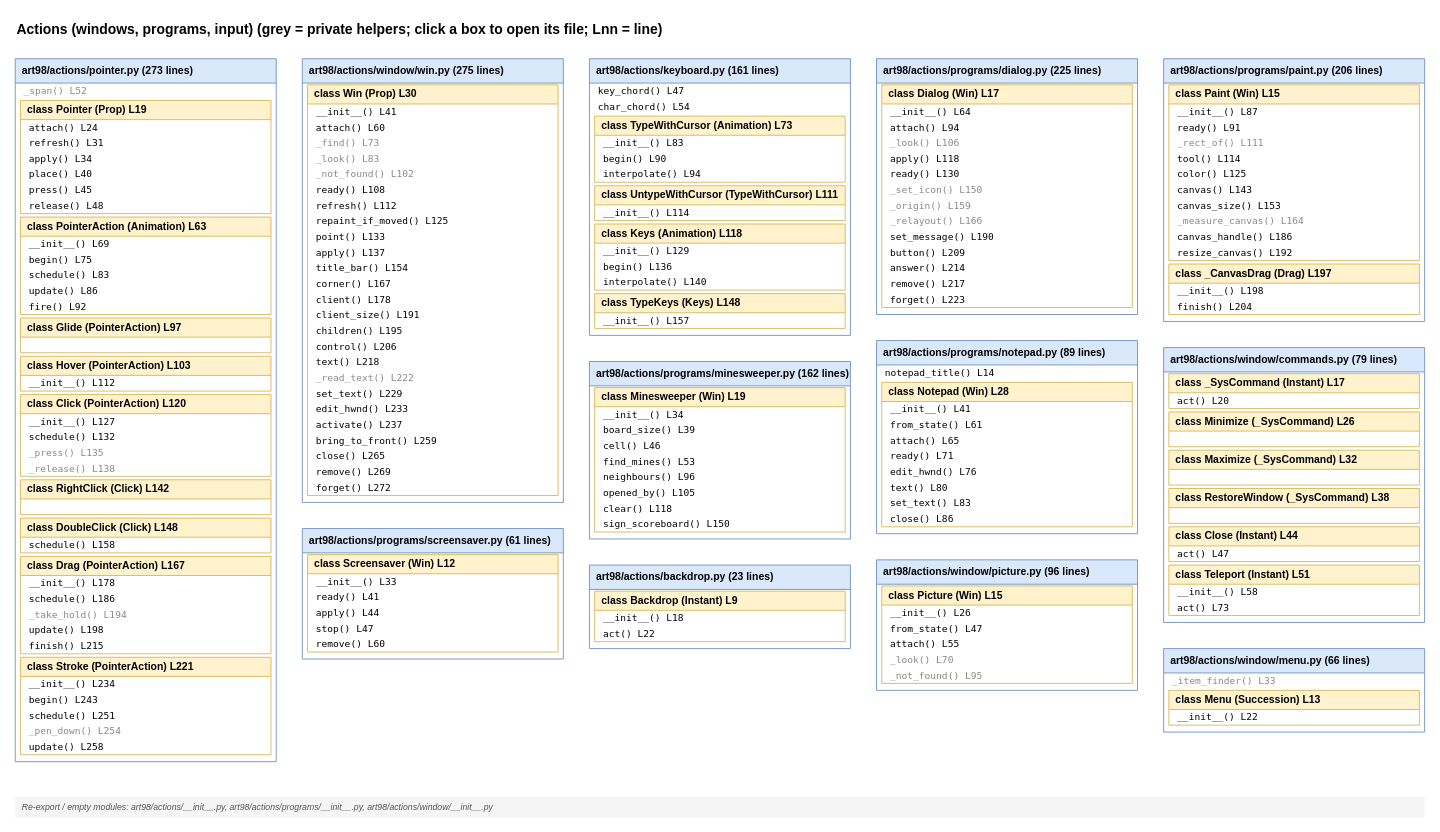
This is page "Actions (windows, programs, input)" (5 of 10) of docs/diagrams/function-tree.drawio from StanLukuvka/98artware, a draw.io file, before an edit. Source tidied: cells renumbered, new cells numbered last; positions are measured from the earlier drawing's top-left corner, leaving out a move shared by most shapes. Both pictures are drawn from the tidied source at 87%, with x=0, y=0 at pixel (15, 15).
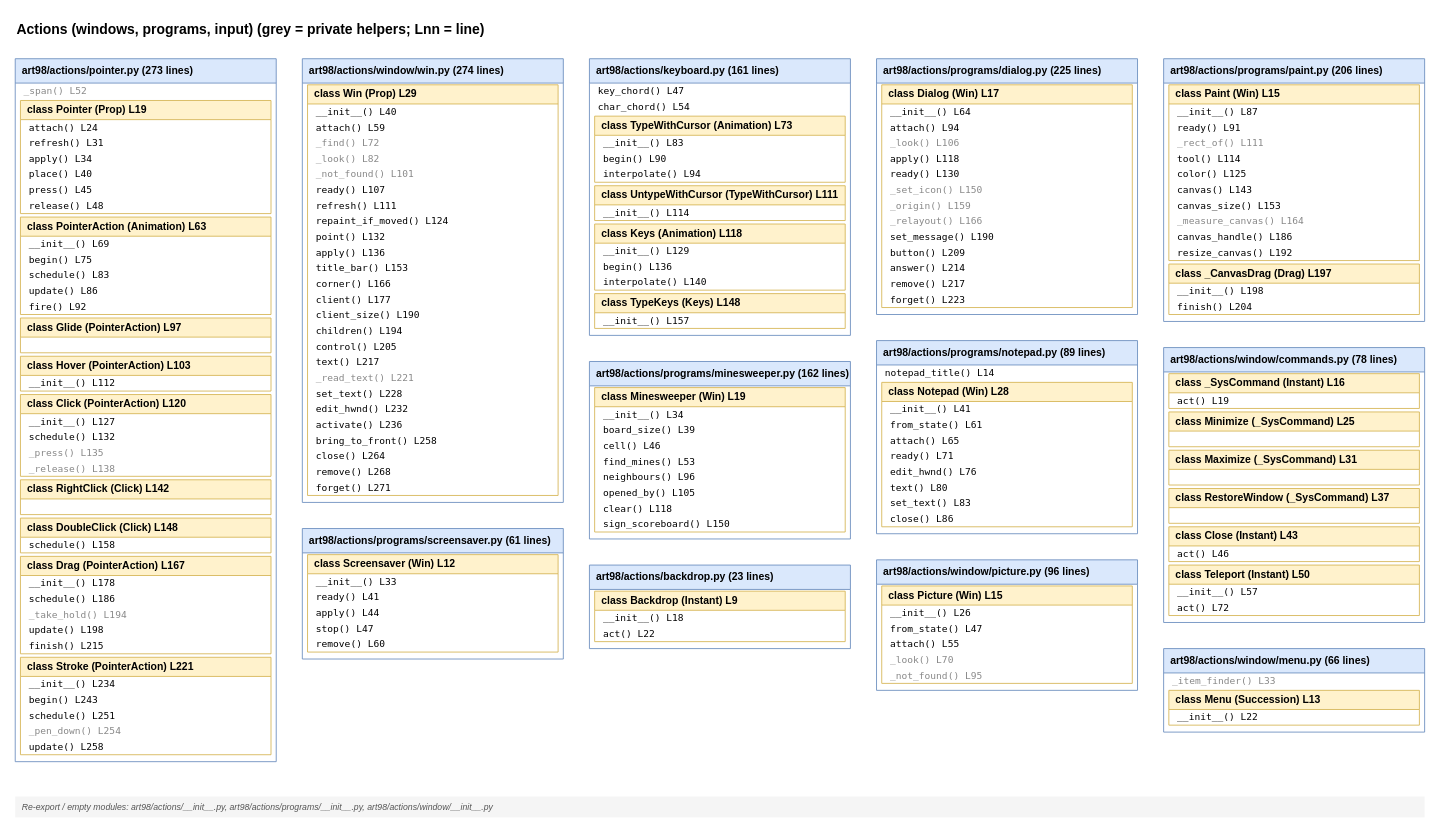
After the change.

The edit, as a diff of the source:
```diff
@@
-    <mxCell id="2" value="Actions (windows, programs, input)  (grey = private helpers; click a box to open its file; Lnn = line)" style="text;html=1;fontSize=16;fontStyle=1;align=left;strokeColor=none;fillColor=none;" parent="1" vertex="1">
+    <mxCell id="2" value="Actions (windows, programs, input)  (grey = private helpers; Lnn = line)" style="text;html=1;fontSize=16;fontStyle=1;align=left;strokeColor=none;fillColor=none;" parent="1" vertex="1">
       <mxGeometry width="1200" height="30" as="geometry" />
     </mxCell>
@@
-    <mxCell id="41" value="art98/actions/window/win.py  (275 lines)" style="swimlane;startSize=28;horizontal=1;fillColor=#dae8fc;strokeColor=#6c8ebf;fontStyle=1;align=left;spacingLeft=6;html=1;" parent="1" vertex="1">
+    <mxCell id="41" value="art98/actions/window/win.py  (274 lines)" style="swimlane;startSize=28;horizontal=1;fillColor=#dae8fc;strokeColor=#6c8ebf;fontStyle=1;align=left;spacingLeft=6;html=1;" parent="1" vertex="1">
       <mxGeometry x="330" y="50" width="300" height="510" as="geometry" />
     </mxCell>
-    <mxCell id="42" value="class Win (Prop)  L30" style="swimlane;startSize=22;fillColor=#fff2cc;strokeColor=#d6b656;fontStyle=1;align=left;spacingLeft=6;html=1;" parent="41" vertex="1">
+    <mxCell id="42" value="class Win (Prop)  L29" style="swimlane;startSize=22;fillColor=#fff2cc;strokeColor=#d6b656;fontStyle=1;align=left;spacingLeft=6;html=1;" parent="41" vertex="1">
       <mxGeometry x="6" y="30" width="288" height="472" as="geometry" />
     </mxCell>
-    <mxCell id="43" value="__init__()  L41" style="text;html=1;align=left;verticalAlign=middle;spacingLeft=8;fontFamily=monospace;fontSize=11;strokeColor=none;fillColor=none;" parent="42" vertex="1">
+    <mxCell id="43" value="__init__()  L40" style="text;html=1;align=left;verticalAlign=middle;spacingLeft=8;fontFamily=monospace;fontSize=11;strokeColor=none;fillColor=none;" parent="42" vertex="1">
       <mxGeometry y="22" width="288" height="18" as="geometry" />
     </mxCell>
-    <mxCell id="44" value="attach()  L60" style="text;html=1;align=left;verticalAlign=middle;spacingLeft=8;fontFamily=monospace;fontSize=11;strokeColor=none;fillColor=none;" parent="42" vertex="1">
+    <mxCell id="44" value="attach()  L59" style="text;html=1;align=left;verticalAlign=middle;spacingLeft=8;fontFamily=monospace;fontSize=11;strokeColor=none;fillColor=none;" parent="42" vertex="1">
       <mxGeometry y="40" width="288" height="18" as="geometry" />
     </mxCell>
-    <mxCell id="45" value="_find()  L73" style="text;html=1;align=left;verticalAlign=middle;spacingLeft=8;fontFamily=monospace;fontSize=11;strokeColor=none;fillColor=none;fontColor=#888888;" parent="42" vertex="1">
+    <mxCell id="45" value="_find()  L72" style="text;html=1;align=left;verticalAlign=middle;spacingLeft=8;fontFamily=monospace;fontSize=11;strokeColor=none;fillColor=none;fontColor=#888888;" parent="42" vertex="1">
       <mxGeometry y="58" width="288" height="18" as="geometry" />
     </mxCell>
-    <mxCell id="46" value="_look()  L83" style="text;html=1;align=left;verticalAlign=middle;spacingLeft=8;fontFamily=monospace;fontSize=11;strokeColor=none;fillColor=none;fontColor=#888888;" parent="42" vertex="1">
+    <mxCell id="46" value="_look()  L82" style="text;html=1;align=left;verticalAlign=middle;spacingLeft=8;fontFamily=monospace;fontSize=11;strokeColor=none;fillColor=none;fontColor=#888888;" parent="42" vertex="1">
       <mxGeometry y="76" width="288" height="18" as="geometry" />
     </mxCell>
-    <mxCell id="47" value="_not_found()  L102" style="text;html=1;align=left;verticalAlign=middle;spacingLeft=8;fontFamily=monospace;fontSize=11;strokeColor=none;fillColor=none;fontColor=#888888;" parent="42" vertex="1">
+    <mxCell id="47" value="_not_found()  L101" style="text;html=1;align=left;verticalAlign=middle;spacingLeft=8;fontFamily=monospace;fontSize=11;strokeColor=none;fillColor=none;fontColor=#888888;" parent="42" vertex="1">
       <mxGeometry y="94" width="288" height="18" as="geometry" />
     </mxCell>
-    <mxCell id="48" value="ready()  L108" style="text;html=1;align=left;verticalAlign=middle;spacingLeft=8;fontFamily=monospace;fontSize=11;strokeColor=none;fillColor=none;" parent="42" vertex="1">
+    <mxCell id="48" value="ready()  L107" style="text;html=1;align=left;verticalAlign=middle;spacingLeft=8;fontFamily=monospace;fontSize=11;strokeColor=none;fillColor=none;" parent="42" vertex="1">
       <mxGeometry y="112" width="288" height="18" as="geometry" />
     </mxCell>
-    <mxCell id="49" value="refresh()  L112" style="text;html=1;align=left;verticalAlign=middle;spacingLeft=8;fontFamily=monospace;fontSize=11;strokeColor=none;fillColor=none;" parent="42" vertex="1">
+    <mxCell id="49" value="refresh()  L111" style="text;html=1;align=left;verticalAlign=middle;spacingLeft=8;fontFamily=monospace;fontSize=11;strokeColor=none;fillColor=none;" parent="42" vertex="1">
       <mxGeometry y="130" width="288" height="18" as="geometry" />
     </mxCell>
-    <mxCell id="50" value="repaint_if_moved()  L125" style="text;html=1;align=left;verticalAlign=middle;spacingLeft=8;fontFamily=monospace;fontSize=11;strokeColor=none;fillColor=none;" parent="42" vertex="1">
+    <mxCell id="50" value="repaint_if_moved()  L124" style="text;html=1;align=left;verticalAlign=middle;spacingLeft=8;fontFamily=monospace;fontSize=11;strokeColor=none;fillColor=none;" parent="42" vertex="1">
       <mxGeometry y="148" width="288" height="18" as="geometry" />
     </mxCell>
-    <mxCell id="51" value="point()  L133" style="text;html=1;align=left;verticalAlign=middle;spacingLeft=8;fontFamily=monospace;fontSize=11;strokeColor=none;fillColor=none;" parent="42" vertex="1">
+    <mxCell id="51" value="point()  L132" style="text;html=1;align=left;verticalAlign=middle;spacingLeft=8;fontFamily=monospace;fontSize=11;strokeColor=none;fillColor=none;" parent="42" vertex="1">
       <mxGeometry y="166" width="288" height="18" as="geometry" />
     </mxCell>
-    <mxCell id="52" value="apply()  L137" style="text;html=1;align=left;verticalAlign=middle;spacingLeft=8;fontFamily=monospace;fontSize=11;strokeColor=none;fillColor=none;" parent="42" vertex="1">
+    <mxCell id="52" value="apply()  L136" style="text;html=1;align=left;verticalAlign=middle;spacingLeft=8;fontFamily=monospace;fontSize=11;strokeColor=none;fillColor=none;" parent="42" vertex="1">
       <mxGeometry y="184" width="288" height="18" as="geometry" />
     </mxCell>
-    <mxCell id="53" value="title_bar()  L154" style="text;html=1;align=left;verticalAlign=middle;spacingLeft=8;fontFamily=monospace;fontSize=11;strokeColor=none;fillColor=none;" parent="42" vertex="1">
+    <mxCell id="53" value="title_bar()  L153" style="text;html=1;align=left;verticalAlign=middle;spacingLeft=8;fontFamily=monospace;fontSize=11;strokeColor=none;fillColor=none;" parent="42" vertex="1">
       <mxGeometry y="202" width="288" height="18" as="geometry" />
     </mxCell>
-    <mxCell id="54" value="corner()  L167" style="text;html=1;align=left;verticalAlign=middle;spacingLeft=8;fontFamily=monospace;fontSize=11;strokeColor=none;fillColor=none;" parent="42" vertex="1">
+    <mxCell id="54" value="corner()  L166" style="text;html=1;align=left;verticalAlign=middle;spacingLeft=8;fontFamily=monospace;fontSize=11;strokeColor=none;fillColor=none;" parent="42" vertex="1">
       <mxGeometry y="220" width="288" height="18" as="geometry" />
     </mxCell>
-    <mxCell id="55" value="client()  L178" style="text;html=1;align=left;verticalAlign=middle;spacingLeft=8;fontFamily=monospace;fontSize=11;strokeColor=none;fillColor=none;" parent="42" vertex="1">
+    <mxCell id="55" value="client()  L177" style="text;html=1;align=left;verticalAlign=middle;spacingLeft=8;fontFamily=monospace;fontSize=11;strokeColor=none;fillColor=none;" parent="42" vertex="1">
       <mxGeometry y="238" width="288" height="18" as="geometry" />
     </mxCell>
-    <mxCell id="56" value="client_size()  L191" style="text;html=1;align=left;verticalAlign=middle;spacingLeft=8;fontFamily=monospace;fontSize=11;strokeColor=none;fillColor=none;" parent="42" vertex="1">
+    <mxCell id="56" value="client_size()  L190" style="text;html=1;align=left;verticalAlign=middle;spacingLeft=8;fontFamily=monospace;fontSize=11;strokeColor=none;fillColor=none;" parent="42" vertex="1">
       <mxGeometry y="256" width="288" height="18" as="geometry" />
     </mxCell>
-    <mxCell id="57" value="children()  L195" style="text;html=1;align=left;verticalAlign=middle;spacingLeft=8;fontFamily=monospace;fontSize=11;strokeColor=none;fillColor=none;" parent="42" vertex="1">
+    <mxCell id="57" value="children()  L194" style="text;html=1;align=left;verticalAlign=middle;spacingLeft=8;fontFamily=monospace;fontSize=11;strokeColor=none;fillColor=none;" parent="42" vertex="1">
       <mxGeometry y="274" width="288" height="18" as="geometry" />
     </mxCell>
-    <mxCell id="58" value="control()  L206" style="text;html=1;align=left;verticalAlign=middle;spacingLeft=8;fontFamily=monospace;fontSize=11;strokeColor=none;fillColor=none;" parent="42" vertex="1">
+    <mxCell id="58" value="control()  L205" style="text;html=1;align=left;verticalAlign=middle;spacingLeft=8;fontFamily=monospace;fontSize=11;strokeColor=none;fillColor=none;" parent="42" vertex="1">
       <mxGeometry y="292" width="288" height="18" as="geometry" />
     </mxCell>
-    <mxCell id="59" value="text()  L218" style="text;html=1;align=left;verticalAlign=middle;spacingLeft=8;fontFamily=monospace;fontSize=11;strokeColor=none;fillColor=none;" parent="42" vertex="1">
+    <mxCell id="59" value="text()  L217" style="text;html=1;align=left;verticalAlign=middle;spacingLeft=8;fontFamily=monospace;fontSize=11;strokeColor=none;fillColor=none;" parent="42" vertex="1">
       <mxGeometry y="310" width="288" height="18" as="geometry" />
     </mxCell>
-    <mxCell id="60" value="_read_text()  L222" style="text;html=1;align=left;verticalAlign=middle;spacingLeft=8;fontFamily=monospace;fontSize=11;strokeColor=none;fillColor=none;fontColor=#888888;" parent="42" vertex="1">
+    <mxCell id="60" value="_read_text()  L221" style="text;html=1;align=left;verticalAlign=middle;spacingLeft=8;fontFamily=monospace;fontSize=11;strokeColor=none;fillColor=none;fontColor=#888888;" parent="42" vertex="1">
       <mxGeometry y="328" width="288" height="18" as="geometry" />
     </mxCell>
-    <mxCell id="61" value="set_text()  L229" style="text;html=1;align=left;verticalAlign=middle;spacingLeft=8;fontFamily=monospace;fontSize=11;strokeColor=none;fillColor=none;" parent="42" vertex="1">
+    <mxCell id="61" value="set_text()  L228" style="text;html=1;align=left;verticalAlign=middle;spacingLeft=8;fontFamily=monospace;fontSize=11;strokeColor=none;fillColor=none;" parent="42" vertex="1">
       <mxGeometry y="346" width="288" height="18" as="geometry" />
     </mxCell>
-    <mxCell id="62" value="edit_hwnd()  L233" style="text;html=1;align=left;verticalAlign=middle;spacingLeft=8;fontFamily=monospace;fontSize=11;strokeColor=none;fillColor=none;" parent="42" vertex="1">
+    <mxCell id="62" value="edit_hwnd()  L232" style="text;html=1;align=left;verticalAlign=middle;spacingLeft=8;fontFamily=monospace;fontSize=11;strokeColor=none;fillColor=none;" parent="42" vertex="1">
       <mxGeometry y="364" width="288" height="18" as="geometry" />
     </mxCell>
-    <mxCell id="63" value="activate()  L237" style="text;html=1;align=left;verticalAlign=middle;spacingLeft=8;fontFamily=monospace;fontSize=11;strokeColor=none;fillColor=none;" parent="42" vertex="1">
+    <mxCell id="63" value="activate()  L236" style="text;html=1;align=left;verticalAlign=middle;spacingLeft=8;fontFamily=monospace;fontSize=11;strokeColor=none;fillColor=none;" parent="42" vertex="1">
       <mxGeometry y="382" width="288" height="18" as="geometry" />
     </mxCell>
-    <mxCell id="64" value="bring_to_front()  L259" style="text;html=1;align=left;verticalAlign=middle;spacingLeft=8;fontFamily=monospace;fontSize=11;strokeColor=none;fillColor=none;" parent="42" vertex="1">
+    <mxCell id="64" value="bring_to_front()  L258" style="text;html=1;align=left;verticalAlign=middle;spacingLeft=8;fontFamily=monospace;fontSize=11;strokeColor=none;fillColor=none;" parent="42" vertex="1">
       <mxGeometry y="400" width="288" height="18" as="geometry" />
     </mxCell>
-    <mxCell id="65" value="close()  L265" style="text;html=1;align=left;verticalAlign=middle;spacingLeft=8;fontFamily=monospace;fontSize=11;strokeColor=none;fillColor=none;" parent="42" vertex="1">
+    <mxCell id="65" value="close()  L264" style="text;html=1;align=left;verticalAlign=middle;spacingLeft=8;fontFamily=monospace;fontSize=11;strokeColor=none;fillColor=none;" parent="42" vertex="1">
       <mxGeometry y="418" width="288" height="18" as="geometry" />
     </mxCell>
-    <mxCell id="66" value="remove()  L269" style="text;html=1;align=left;verticalAlign=middle;spacingLeft=8;fontFamily=monospace;fontSize=11;strokeColor=none;fillColor=none;" parent="42" vertex="1">
+    <mxCell id="66" value="remove()  L268" style="text;html=1;align=left;verticalAlign=middle;spacingLeft=8;fontFamily=monospace;fontSize=11;strokeColor=none;fillColor=none;" parent="42" vertex="1">
       <mxGeometry y="436" width="288" height="18" as="geometry" />
     </mxCell>
-    <mxCell id="67" value="forget()  L272" style="text;html=1;align=left;verticalAlign=middle;spacingLeft=8;fontFamily=monospace;fontSize=11;strokeColor=none;fillColor=none;" parent="42" vertex="1">
+    <mxCell id="67" value="forget()  L271" style="text;html=1;align=left;verticalAlign=middle;spacingLeft=8;fontFamily=monospace;fontSize=11;strokeColor=none;fillColor=none;" parent="42" vertex="1">
       <mxGeometry y="454" width="288" height="18" as="geometry" />
     </mxCell>
@@
-    <mxCell id="124" value="art98/actions/window/commands.py  (79 lines)" style="swimlane;startSize=28;horizontal=1;fillColor=#dae8fc;strokeColor=#6c8ebf;fontStyle=1;align=left;spacingLeft=6;html=1;" parent="1" vertex="1">
+    <mxCell id="124" value="art98/actions/window/commands.py  (78 lines)" style="swimlane;startSize=28;horizontal=1;fillColor=#dae8fc;strokeColor=#6c8ebf;fontStyle=1;align=left;spacingLeft=6;html=1;" parent="1" vertex="1">
       <mxGeometry x="1320" y="382" width="300" height="316" as="geometry" />
     </mxCell>
-    <mxCell id="125" value="class _SysCommand (Instant)  L17" style="swimlane;startSize=22;fillColor=#fff2cc;strokeColor=#d6b656;fontStyle=1;align=left;spacingLeft=6;html=1;" parent="124" vertex="1">
+    <mxCell id="125" value="class _SysCommand (Instant)  L16" style="swimlane;startSize=22;fillColor=#fff2cc;strokeColor=#d6b656;fontStyle=1;align=left;spacingLeft=6;html=1;" parent="124" vertex="1">
       <mxGeometry x="6" y="30" width="288" height="40" as="geometry" />
     </mxCell>
-    <mxCell id="126" value="act()  L20" style="text;html=1;align=left;verticalAlign=middle;spacingLeft=8;fontFamily=monospace;fontSize=11;strokeColor=none;fillColor=none;" parent="125" vertex="1">
+    <mxCell id="126" value="act()  L19" style="text;html=1;align=left;verticalAlign=middle;spacingLeft=8;fontFamily=monospace;fontSize=11;strokeColor=none;fillColor=none;" parent="125" vertex="1">
       <mxGeometry y="22" width="288" height="18" as="geometry" />
     </mxCell>
-    <mxCell id="127" value="class Minimize (_SysCommand)  L26" style="swimlane;startSize=22;fillColor=#fff2cc;strokeColor=#d6b656;fontStyle=1;align=left;spacingLeft=6;html=1;" parent="124" vertex="1">
+    <mxCell id="127" value="class Minimize (_SysCommand)  L25" style="swimlane;startSize=22;fillColor=#fff2cc;strokeColor=#d6b656;fontStyle=1;align=left;spacingLeft=6;html=1;" parent="124" vertex="1">
       <mxGeometry x="6" y="74" width="288" height="40" as="geometry" />
     </mxCell>
-    <mxCell id="128" value="class Maximize (_SysCommand)  L32" style="swimlane;startSize=22;fillColor=#fff2cc;strokeColor=#d6b656;fontStyle=1;align=left;spacingLeft=6;html=1;" parent="124" vertex="1">
+    <mxCell id="128" value="class Maximize (_SysCommand)  L31" style="swimlane;startSize=22;fillColor=#fff2cc;strokeColor=#d6b656;fontStyle=1;align=left;spacingLeft=6;html=1;" parent="124" vertex="1">
       <mxGeometry x="6" y="118" width="288" height="40" as="geometry" />
     </mxCell>
-    <mxCell id="129" value="class RestoreWindow (_SysCommand)  L38" style="swimlane;startSize=22;fillColor=#fff2cc;strokeColor=#d6b656;fontStyle=1;align=left;spacingLeft=6;html=1;" parent="124" vertex="1">
+    <mxCell id="129" value="class RestoreWindow (_SysCommand)  L37" style="swimlane;startSize=22;fillColor=#fff2cc;strokeColor=#d6b656;fontStyle=1;align=left;spacingLeft=6;html=1;" parent="124" vertex="1">
       <mxGeometry x="6" y="162" width="288" height="40" as="geometry" />
     </mxCell>
-    <mxCell id="130" value="class Close (Instant)  L44" style="swimlane;startSize=22;fillColor=#fff2cc;strokeColor=#d6b656;fontStyle=1;align=left;spacingLeft=6;html=1;" parent="124" vertex="1">
+    <mxCell id="130" value="class Close (Instant)  L43" style="swimlane;startSize=22;fillColor=#fff2cc;strokeColor=#d6b656;fontStyle=1;align=left;spacingLeft=6;html=1;" parent="124" vertex="1">
       <mxGeometry x="6" y="206" width="288" height="40" as="geometry" />
     </mxCell>
-    <mxCell id="131" value="act()  L47" style="text;html=1;align=left;verticalAlign=middle;spacingLeft=8;fontFamily=monospace;fontSize=11;strokeColor=none;fillColor=none;" parent="130" vertex="1">
+    <mxCell id="131" value="act()  L46" style="text;html=1;align=left;verticalAlign=middle;spacingLeft=8;fontFamily=monospace;fontSize=11;strokeColor=none;fillColor=none;" parent="130" vertex="1">
       <mxGeometry y="22" width="288" height="18" as="geometry" />
     </mxCell>
-    <mxCell id="132" value="class Teleport (Instant)  L51" style="swimlane;startSize=22;fillColor=#fff2cc;strokeColor=#d6b656;fontStyle=1;align=left;spacingLeft=6;html=1;" parent="124" vertex="1">
+    <mxCell id="132" value="class Teleport (Instant)  L50" style="swimlane;startSize=22;fillColor=#fff2cc;strokeColor=#d6b656;fontStyle=1;align=left;spacingLeft=6;html=1;" parent="124" vertex="1">
       <mxGeometry x="6" y="250" width="288" height="58" as="geometry" />
     </mxCell>
-    <mxCell id="133" value="__init__()  L58" style="text;html=1;align=left;verticalAlign=middle;spacingLeft=8;fontFamily=monospace;fontSize=11;strokeColor=none;fillColor=none;" parent="132" vertex="1">
+    <mxCell id="133" value="__init__()  L57" style="text;html=1;align=left;verticalAlign=middle;spacingLeft=8;fontFamily=monospace;fontSize=11;strokeColor=none;fillColor=none;" parent="132" vertex="1">
       <mxGeometry y="22" width="288" height="18" as="geometry" />
     </mxCell>
-    <mxCell id="134" value="act()  L73" style="text;html=1;align=left;verticalAlign=middle;spacingLeft=8;fontFamily=monospace;fontSize=11;strokeColor=none;fillColor=none;" parent="132" vertex="1">
+    <mxCell id="134" value="act()  L72" style="text;html=1;align=left;verticalAlign=middle;spacingLeft=8;fontFamily=monospace;fontSize=11;strokeColor=none;fillColor=none;" parent="132" vertex="1">
       <mxGeometry y="40" width="288" height="18" as="geometry" />
     </mxCell>
```
